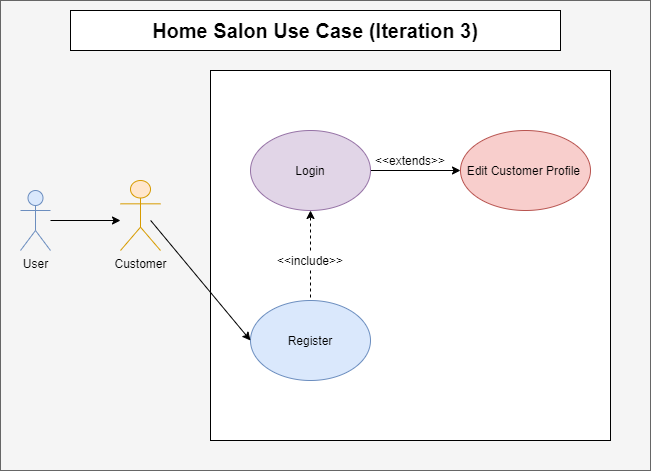
Before: doc/use cases/Home Salon Use Case(Iteration3).png, a diagram exported from draw.io (pokai-huang0828/cstp1206_home_salon_project). Source tidied: cells renumbered, new cells last; positions are measured from the earlier drawing's top-left corner, leaving out a move shared by most shapes. Source of this version:
```xml
<mxGraphModel>
  <root>
    <mxCell id="0" />
    <mxCell id="1" parent="0" />
    <mxCell id="2" style="rounded=0;whiteSpace=wrap;html=1;fillColor=#f5f5f5;strokeColor=#666666;fontColor=#333333;" parent="1" vertex="1">
      <mxGeometry width="650" height="470" as="geometry" />
    </mxCell>
    <mxCell id="3" style="edgeStyle=orthogonalEdgeStyle;rounded=0;orthogonalLoop=1;jettySize=auto;html=1;" parent="1" edge="1">
      <mxGeometry relative="1" as="geometry">
        <mxPoint x="50" y="220" as="sourcePoint" />
        <mxPoint x="120" y="220" as="targetPoint" />
      </mxGeometry>
    </mxCell>
    <mxCell id="4" value="User" style="shape=umlActor;verticalLabelPosition=bottom;verticalAlign=top;html=1;fillColor=#dae8fc;strokeColor=#6c8ebf;" parent="1" vertex="1">
      <mxGeometry x="20" y="190" width="30" height="60" as="geometry" />
    </mxCell>
    <mxCell id="5" value="Customer" style="shape=umlActor;verticalLabelPosition=bottom;verticalAlign=top;html=1;fillColor=#ffe6cc;strokeColor=#d79b00;" parent="1" vertex="1">
      <mxGeometry x="120" y="180" width="40" height="70" as="geometry" />
    </mxCell>
    <mxCell id="6" style="rounded=0;whiteSpace=wrap;html=1;" parent="1" vertex="1">
      <mxGeometry x="210" y="70" width="400" height="370" as="geometry" />
    </mxCell>
    <mxCell id="7" value="&lt;b&gt;&lt;font style=&quot;font-size: 20px&quot;&gt;Home Salon Use Case (Iteration 3)&lt;/font&gt;&lt;/b&gt;" style="rounded=0;whiteSpace=wrap;html=1;" parent="1" vertex="1">
      <mxGeometry x="70" y="10" width="490" height="40" as="geometry" />
    </mxCell>
    <mxCell id="8" value="Register" style="ellipse;whiteSpace=wrap;html=1;fillColor=#dae8fc;strokeColor=#6c8ebf;" parent="1" vertex="1">
      <mxGeometry x="250" y="300" width="120" height="80" as="geometry" />
    </mxCell>
    <mxCell id="9" style="edgeStyle=orthogonalEdgeStyle;rounded=0;jettySize=auto;html=1;exitX=1;exitY=0.5;exitDx=0;exitDy=0;entryX=0;entryY=0.5;entryDx=0;entryDy=0;endArrow=classic;endFill=1;" parent="1" edge="1" source="10" target="11">
      <mxGeometry relative="1" as="geometry" />
    </mxCell>
    <mxCell id="10" value="Login" style="ellipse;whiteSpace=wrap;html=1;fillColor=#e1d5e7;strokeColor=#9673a6;" parent="1" vertex="1">
      <mxGeometry x="250" y="130" width="120" height="80" as="geometry" />
    </mxCell>
    <mxCell id="11" value="Edit Customer Profile&amp;nbsp;" style="ellipse;whiteSpace=wrap;html=1;fillColor=#f8cecc;strokeColor=#b85450;" parent="1" vertex="1">
      <mxGeometry x="460" y="130" width="130" height="80" as="geometry" />
    </mxCell>
    <mxCell id="12" style="endArrow=classic;html=1;exitX=0.231;exitY=0.468;exitDx=0;exitDy=0;exitPerimeter=0;entryX=0;entryY=0.5;entryDx=0;entryDy=0;" parent="1" edge="1" source="2" target="8">
      <mxGeometry relative="1" as="geometry" />
    </mxCell>
    <mxCell id="13" style="endArrow=classic;html=1;entryX=0.5;entryY=1;entryDx=0;entryDy=0;exitX=0.5;exitY=0;exitDx=0;exitDy=0;dashed=1;" parent="1" edge="1" source="15" target="10">
      <mxGeometry relative="1" as="geometry" />
    </mxCell>
    <mxCell id="14" style="edgeStyle=orthogonalEdgeStyle;rounded=0;jettySize=auto;html=1;exitX=0.5;exitY=1;exitDx=0;exitDy=0;entryX=0.5;entryY=0;entryDx=0;entryDy=0;dashed=1;endArrow=none;endFill=0;" parent="1" edge="1" source="15" target="8">
      <mxGeometry relative="1" as="geometry" />
    </mxCell>
    <mxCell id="15" value="&amp;lt;&amp;lt;include&amp;gt;&amp;gt;" style="text;html=1;strokeColor=none;fillColor=none;align=center;verticalAlign=middle;whiteSpace=wrap;rounded=0;" parent="1" vertex="1">
      <mxGeometry x="275" y="250" width="70" height="20" as="geometry" />
    </mxCell>
    <mxCell id="16" value="&amp;lt;&amp;lt;extends&amp;gt;&amp;gt;" style="text;html=1;strokeColor=none;fillColor=none;align=center;verticalAlign=middle;whiteSpace=wrap;rounded=0;" parent="1" vertex="1">
      <mxGeometry x="385" y="140" width="50" height="40" as="geometry" />
    </mxCell>
  </root>
</mxGraphModel>
```
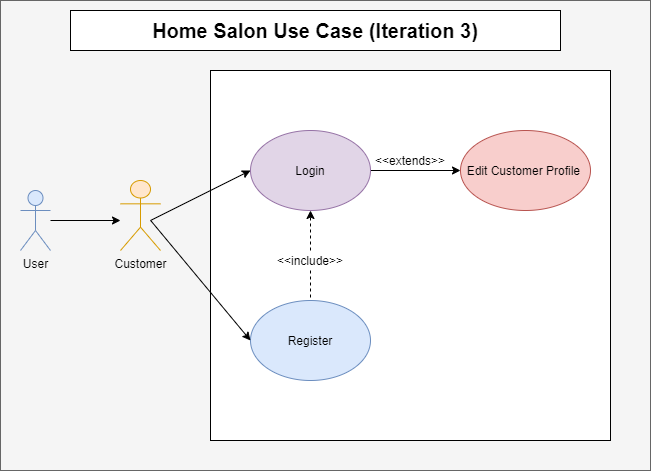
The same file after the commit.

The edit, as a diff of the source:
```diff
@@ -50,5 +50,10 @@
     <mxCell id="16" value="&amp;lt;&amp;lt;extends&amp;gt;&amp;gt;" style="text;html=1;strokeColor=none;fillColor=none;align=center;verticalAlign=middle;whiteSpace=wrap;rounded=0;" parent="1" vertex="1">
       <mxGeometry x="385" y="140" width="50" height="40" as="geometry" />
     </mxCell>
+    <mxCell id="17" style="endArrow=classic;html=1;entryX=0;entryY=0.5;entryDx=0;entryDy=0;" parent="1" edge="1" target="10">
+      <mxGeometry relative="1" as="geometry">
+        <mxPoint x="150" y="220" as="sourcePoint" />
+      </mxGeometry>
+    </mxCell>
   </root>
 </mxGraphModel>
```
